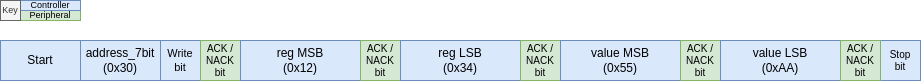
Above: docs/modules/peripherals/images/I2C_Controller_Write_16_Bit_Register.png in AdamVeazey/edf (draw.io), before the change. Source tidied: cells renumbered, new cells last; positions are measured from the earlier drawing's top-left corner, leaving out a move shared by most shapes. The source it was exported from:
```xml
<mxGraphModel>
  <root>
    <mxCell id="0" />
    <mxCell id="1" parent="0" />
    <mxCell id="2" value="Peripheral" style="rounded=0;whiteSpace=wrap;html=1;fillColor=#d5e8d4;strokeColor=#82b366;fontSize=9;" parent="1" vertex="1">
      <mxGeometry x="20" y="10" width="60" height="10" as="geometry" />
    </mxCell>
    <mxCell id="3" value="Controller" style="rounded=0;whiteSpace=wrap;html=1;fillColor=#dae8fc;strokeColor=#6c8ebf;fontSize=9;" parent="1" vertex="1">
      <mxGeometry x="20" width="60" height="10" as="geometry" />
    </mxCell>
    <mxCell id="4" value="Start" style="rounded=0;whiteSpace=wrap;html=1;fillColor=#dae8fc;strokeColor=#6c8ebf;fontSize=12;" parent="1" vertex="1">
      <mxGeometry y="40" width="80" height="40" as="geometry" />
    </mxCell>
    <mxCell id="5" value="address_7bit&lt;div&gt;(0x30)&lt;/div&gt;" style="rounded=0;whiteSpace=wrap;html=1;fillColor=#dae8fc;strokeColor=#6c8ebf;fontSize=12;" parent="1" vertex="1">
      <mxGeometry x="80" y="40" width="80" height="40" as="geometry" />
    </mxCell>
    <mxCell id="6" value="Write bit" style="rounded=0;whiteSpace=wrap;html=1;fontSize=11;fillColor=#dae8fc;strokeColor=#6c8ebf;" parent="1" vertex="1">
      <mxGeometry x="160" y="40" width="40" height="40" as="geometry" />
    </mxCell>
    <mxCell id="7" value="ACK / NACK&lt;br style=&quot;font-size: 10px;&quot;&gt;bit" style="rounded=0;whiteSpace=wrap;html=1;fontSize=10;fillColor=#d5e8d4;strokeColor=#82b366;" parent="1" vertex="1">
      <mxGeometry x="200" y="40" width="40" height="40" as="geometry" />
    </mxCell>
    <mxCell id="8" value="reg MSB&lt;div&gt;&lt;div&gt;(0x12)&lt;/div&gt;&lt;/div&gt;" style="rounded=0;whiteSpace=wrap;html=1;fillColor=#dae8fc;strokeColor=#6c8ebf;fontSize=12;" parent="1" vertex="1">
      <mxGeometry x="240" y="40" width="120" height="40" as="geometry" />
    </mxCell>
    <mxCell id="9" value="ACK / NACK&lt;br style=&quot;font-size: 10px;&quot;&gt;bit" style="rounded=0;whiteSpace=wrap;html=1;fontSize=10;fillColor=#d5e8d4;strokeColor=#82b366;" parent="1" vertex="1">
      <mxGeometry x="360" y="40" width="40" height="40" as="geometry" />
    </mxCell>
    <mxCell id="10" value="reg LSB&lt;div&gt;(0x34)&lt;/div&gt;" style="rounded=0;whiteSpace=wrap;html=1;fillColor=#dae8fc;strokeColor=#6c8ebf;fontSize=12;" parent="1" vertex="1">
      <mxGeometry x="400" y="40" width="120" height="40" as="geometry" />
    </mxCell>
    <mxCell id="11" value="ACK / NACK&lt;br style=&quot;font-size: 10px;&quot;&gt;bit" style="rounded=0;whiteSpace=wrap;html=1;fontSize=10;fillColor=#d5e8d4;strokeColor=#82b366;" parent="1" vertex="1">
      <mxGeometry x="520" y="40" width="40" height="40" as="geometry" />
    </mxCell>
    <mxCell id="12" value="Stop&lt;br style=&quot;font-size: 10px;&quot;&gt;bit" style="rounded=0;whiteSpace=wrap;html=1;fontSize=10;fillColor=#dae8fc;strokeColor=#6c8ebf;" parent="1" vertex="1">
      <mxGeometry x="880" y="40" width="40" height="40" as="geometry" />
    </mxCell>
    <mxCell id="13" value="Key" style="rounded=0;whiteSpace=wrap;html=1;fontSize=9;fillColor=#f5f5f5;fontColor=#333333;strokeColor=#666666;" parent="1" vertex="1">
      <mxGeometry width="20" height="20" as="geometry" />
    </mxCell>
    <mxCell id="14" value="value MSB&lt;div&gt;&lt;div&gt;(0x55)&lt;/div&gt;&lt;/div&gt;" style="rounded=0;whiteSpace=wrap;html=1;fillColor=#dae8fc;strokeColor=#6c8ebf;fontSize=12;" parent="1" vertex="1">
      <mxGeometry x="560" y="40" width="120" height="40" as="geometry" />
    </mxCell>
    <mxCell id="15" value="ACK / NACK&lt;br style=&quot;font-size: 10px;&quot;&gt;bit" style="rounded=0;whiteSpace=wrap;html=1;fontSize=10;fillColor=#d5e8d4;strokeColor=#82b366;" parent="1" vertex="1">
      <mxGeometry x="680" y="40" width="40" height="40" as="geometry" />
    </mxCell>
    <mxCell id="16" value="value LSB&lt;div&gt;(0xAA)&lt;/div&gt;" style="rounded=0;whiteSpace=wrap;html=1;fillColor=#dae8fc;strokeColor=#6c8ebf;fontSize=12;" parent="1" vertex="1">
      <mxGeometry x="720" y="40" width="120" height="40" as="geometry" />
    </mxCell>
    <mxCell id="17" value="ACK / NACK&lt;br style=&quot;font-size: 10px;&quot;&gt;bit" style="rounded=0;whiteSpace=wrap;html=1;fontSize=10;fillColor=#d5e8d4;strokeColor=#82b366;" parent="1" vertex="1">
      <mxGeometry x="840" y="40" width="40" height="40" as="geometry" />
    </mxCell>
  </root>
</mxGraphModel>
```
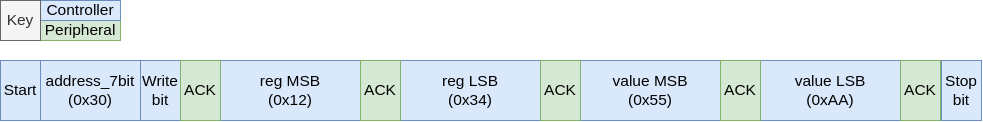
After the commit.

Diff of the diagram source:
```diff
@@ -2,53 +2,53 @@
   <root>
     <mxCell id="0" />
     <mxCell id="1" parent="0" />
+    <mxCell id="8" value="reg MSB&lt;div style=&quot;font-size: 15.5px;&quot;&gt;&lt;div style=&quot;font-size: 15.5px;&quot;&gt;(0x12)&lt;/div&gt;&lt;/div&gt;" style="rounded=0;whiteSpace=wrap;html=1;fillColor=#dae8fc;strokeColor=#6c8ebf;fontSize=15.5;" parent="1" vertex="1">
+      <mxGeometry x="220" y="60" width="140" height="60" as="geometry" />
+    </mxCell>
+    <mxCell id="10" value="reg LSB&lt;div style=&quot;font-size: 15.5px;&quot;&gt;(0x34)&lt;/div&gt;" style="rounded=0;whiteSpace=wrap;html=1;fillColor=#dae8fc;strokeColor=#6c8ebf;fontSize=15.5;" parent="1" vertex="1">
+      <mxGeometry x="400" y="60" width="140" height="60" as="geometry" />
+    </mxCell>
+    <mxCell id="14" value="value MSB&lt;div style=&quot;font-size: 15.5px;&quot;&gt;&lt;div style=&quot;font-size: 15.5px;&quot;&gt;(0x55)&lt;/div&gt;&lt;/div&gt;" style="rounded=0;whiteSpace=wrap;html=1;fillColor=#dae8fc;strokeColor=#6c8ebf;fontSize=15.5;" parent="1" vertex="1">
+      <mxGeometry x="580" y="60" width="140" height="60" as="geometry" />
+    </mxCell>
+    <mxCell id="16" value="value LSB&lt;div style=&quot;font-size: 15.5px;&quot;&gt;(0xAA)&lt;/div&gt;" style="rounded=0;whiteSpace=wrap;html=1;fillColor=#dae8fc;strokeColor=#6c8ebf;fontSize=15.5;" parent="1" vertex="1">
+      <mxGeometry x="760" y="60" width="140" height="60" as="geometry" />
+    </mxCell>
-    <mxCell id="2" value="Peripheral" style="rounded=0;whiteSpace=wrap;html=1;fillColor=#d5e8d4;strokeColor=#82b366;fontSize=9;" parent="1" vertex="1">
-      <mxGeometry x="20" y="10" width="60" height="10" as="geometry" />
+    <mxCell id="2" value="Peripheral" style="rounded=0;whiteSpace=wrap;html=1;fillColor=#d5e8d4;strokeColor=#82b366;fontSize=15.5;fontFamily=Helvetica;labelBorderColor=none;" parent="1" vertex="1">
+      <mxGeometry x="40" y="20" width="80" height="20" as="geometry" />
     </mxCell>
-    <mxCell id="3" value="Controller" style="rounded=0;whiteSpace=wrap;html=1;fillColor=#dae8fc;strokeColor=#6c8ebf;fontSize=9;" parent="1" vertex="1">
-      <mxGeometry x="20" width="60" height="10" as="geometry" />
+    <mxCell id="3" value="Controller" style="rounded=0;whiteSpace=wrap;html=1;fillColor=#dae8fc;strokeColor=#6c8ebf;fontSize=15.5;fontFamily=Helvetica;labelBorderColor=none;" parent="1" vertex="1">
+      <mxGeometry x="40" width="80" height="20" as="geometry" />
     </mxCell>
+    <mxCell id="13" value="Key" style="rounded=0;whiteSpace=wrap;html=1;fontSize=15.5;fillColor=#f5f5f5;fontColor=#333333;strokeColor=#666666;fontFamily=Helvetica;labelBorderColor=none;" parent="1" vertex="1">
+      <mxGeometry width="40" height="40" as="geometry" />
+    </mxCell>
-    <mxCell id="4" value="Start" style="rounded=0;whiteSpace=wrap;html=1;fillColor=#dae8fc;strokeColor=#6c8ebf;fontSize=12;" parent="1" vertex="1">
-      <mxGeometry y="40" width="80" height="40" as="geometry" />
+    <mxCell id="4" value="Start" style="rounded=0;whiteSpace=wrap;html=1;fillColor=#dae8fc;strokeColor=#6c8ebf;fontSize=15.5;fontFamily=Helvetica;labelBorderColor=none;" parent="1" vertex="1">
+      <mxGeometry y="60" width="40" height="60" as="geometry" />
     </mxCell>
-    <mxCell id="5" value="address_7bit&lt;div&gt;(0x30)&lt;/div&gt;" style="rounded=0;whiteSpace=wrap;html=1;fillColor=#dae8fc;strokeColor=#6c8ebf;fontSize=12;" parent="1" vertex="1">
-      <mxGeometry x="80" y="40" width="80" height="40" as="geometry" />
+    <mxCell id="5" value="address_7bit&lt;br style=&quot;font-size: 15.5px;&quot;&gt;(0x30)" style="rounded=0;whiteSpace=wrap;html=1;fillColor=#dae8fc;strokeColor=#6c8ebf;fontSize=15.5;" parent="1" vertex="1">
+      <mxGeometry x="40" y="60" width="100" height="60" as="geometry" />
     </mxCell>
-    <mxCell id="6" value="Write bit" style="rounded=0;whiteSpace=wrap;html=1;fontSize=11;fillColor=#dae8fc;strokeColor=#6c8ebf;" parent="1" vertex="1">
-      <mxGeometry x="160" y="40" width="40" height="40" as="geometry" />
+    <mxCell id="6" value="Write bit" style="rounded=0;whiteSpace=wrap;html=1;fontSize=15.5;fillColor=#dae8fc;strokeColor=#6c8ebf;" parent="1" vertex="1">
+      <mxGeometry x="140" y="60" width="40" height="60" as="geometry" />
     </mxCell>
-    <mxCell id="7" value="ACK / NACK&lt;br style=&quot;font-size: 10px;&quot;&gt;bit" style="rounded=0;whiteSpace=wrap;html=1;fontSize=10;fillColor=#d5e8d4;strokeColor=#82b366;" parent="1" vertex="1">
-      <mxGeometry x="200" y="40" width="40" height="40" as="geometry" />
-    </mxCell>
-    <mxCell id="8" value="reg MSB&lt;div&gt;&lt;div&gt;(0x12)&lt;/div&gt;&lt;/div&gt;" style="rounded=0;whiteSpace=wrap;html=1;fillColor=#dae8fc;strokeColor=#6c8ebf;fontSize=12;" parent="1" vertex="1">
-      <mxGeometry x="240" y="40" width="120" height="40" as="geometry" />
-    </mxCell>
-    <mxCell id="9" value="ACK / NACK&lt;br style=&quot;font-size: 10px;&quot;&gt;bit" style="rounded=0;whiteSpace=wrap;html=1;fontSize=10;fillColor=#d5e8d4;strokeColor=#82b366;" parent="1" vertex="1">
-      <mxGeometry x="360" y="40" width="40" height="40" as="geometry" />
-    </mxCell>
-    <mxCell id="10" value="reg LSB&lt;div&gt;(0x34)&lt;/div&gt;" style="rounded=0;whiteSpace=wrap;html=1;fillColor=#dae8fc;strokeColor=#6c8ebf;fontSize=12;" parent="1" vertex="1">
-      <mxGeometry x="400" y="40" width="120" height="40" as="geometry" />
-    </mxCell>
-    <mxCell id="11" value="ACK / NACK&lt;br style=&quot;font-size: 10px;&quot;&gt;bit" style="rounded=0;whiteSpace=wrap;html=1;fontSize=10;fillColor=#d5e8d4;strokeColor=#82b366;" parent="1" vertex="1">
-      <mxGeometry x="520" y="40" width="40" height="40" as="geometry" />
-    </mxCell>
+    <mxCell id="18" value="ACK" style="rounded=0;whiteSpace=wrap;html=1;fontSize=15.5;fillColor=#d5e8d4;strokeColor=#82b366;fontFamily=Helvetica;labelBorderColor=none;" parent="1" vertex="1">
+      <mxGeometry x="180" y="60" width="40" height="60" as="geometry" />
+    </mxCell>
+    <mxCell id="19" value="ACK" style="rounded=0;whiteSpace=wrap;html=1;fontSize=15.5;fillColor=#d5e8d4;strokeColor=#82b366;fontFamily=Helvetica;labelBorderColor=none;" parent="1" vertex="1">
+      <mxGeometry x="360" y="60" width="40" height="60" as="geometry" />
+    </mxCell>
+    <mxCell id="20" value="ACK" style="rounded=0;whiteSpace=wrap;html=1;fontSize=15.5;fillColor=#d5e8d4;strokeColor=#82b366;fontFamily=Helvetica;labelBorderColor=none;" parent="1" vertex="1">
+      <mxGeometry x="540" y="60" width="40" height="60" as="geometry" />
+    </mxCell>
+    <mxCell id="21" value="ACK" style="rounded=0;whiteSpace=wrap;html=1;fontSize=15.5;fillColor=#d5e8d4;strokeColor=#82b366;fontFamily=Helvetica;labelBorderColor=none;" parent="1" vertex="1">
+      <mxGeometry x="720" y="60" width="40" height="60" as="geometry" />
+    </mxCell>
+    <mxCell id="22" value="ACK" style="rounded=0;whiteSpace=wrap;html=1;fontSize=15.5;fillColor=#d5e8d4;strokeColor=#82b366;fontFamily=Helvetica;labelBorderColor=none;" parent="1" vertex="1">
+      <mxGeometry x="900" y="60" width="40" height="60" as="geometry" />
+    </mxCell>
-    <mxCell id="12" value="Stop&lt;br style=&quot;font-size: 10px;&quot;&gt;bit" style="rounded=0;whiteSpace=wrap;html=1;fontSize=10;fillColor=#dae8fc;strokeColor=#6c8ebf;" parent="1" vertex="1">
-      <mxGeometry x="880" y="40" width="40" height="40" as="geometry" />
+    <mxCell id="12" value="Stop&lt;br style=&quot;font-size: 15.5px;&quot;&gt;bit" style="rounded=0;whiteSpace=wrap;html=1;fontSize=15.5;fillColor=#dae8fc;strokeColor=#6c8ebf;" parent="1" vertex="1">
+      <mxGeometry x="941" y="60" width="40" height="60" as="geometry" />
     </mxCell>
-    <mxCell id="13" value="Key" style="rounded=0;whiteSpace=wrap;html=1;fontSize=9;fillColor=#f5f5f5;fontColor=#333333;strokeColor=#666666;" parent="1" vertex="1">
-      <mxGeometry width="20" height="20" as="geometry" />
-    </mxCell>
-    <mxCell id="14" value="value MSB&lt;div&gt;&lt;div&gt;(0x55)&lt;/div&gt;&lt;/div&gt;" style="rounded=0;whiteSpace=wrap;html=1;fillColor=#dae8fc;strokeColor=#6c8ebf;fontSize=12;" parent="1" vertex="1">
-      <mxGeometry x="560" y="40" width="120" height="40" as="geometry" />
-    </mxCell>
-    <mxCell id="15" value="ACK / NACK&lt;br style=&quot;font-size: 10px;&quot;&gt;bit" style="rounded=0;whiteSpace=wrap;html=1;fontSize=10;fillColor=#d5e8d4;strokeColor=#82b366;" parent="1" vertex="1">
-      <mxGeometry x="680" y="40" width="40" height="40" as="geometry" />
-    </mxCell>
-    <mxCell id="16" value="value LSB&lt;div&gt;(0xAA)&lt;/div&gt;" style="rounded=0;whiteSpace=wrap;html=1;fillColor=#dae8fc;strokeColor=#6c8ebf;fontSize=12;" parent="1" vertex="1">
-      <mxGeometry x="720" y="40" width="120" height="40" as="geometry" />
-    </mxCell>
-    <mxCell id="17" value="ACK / NACK&lt;br style=&quot;font-size: 10px;&quot;&gt;bit" style="rounded=0;whiteSpace=wrap;html=1;fontSize=10;fillColor=#d5e8d4;strokeColor=#82b366;" parent="1" vertex="1">
-      <mxGeometry x="840" y="40" width="40" height="40" as="geometry" />
-    </mxCell>
   </root>
 </mxGraphModel>
```
